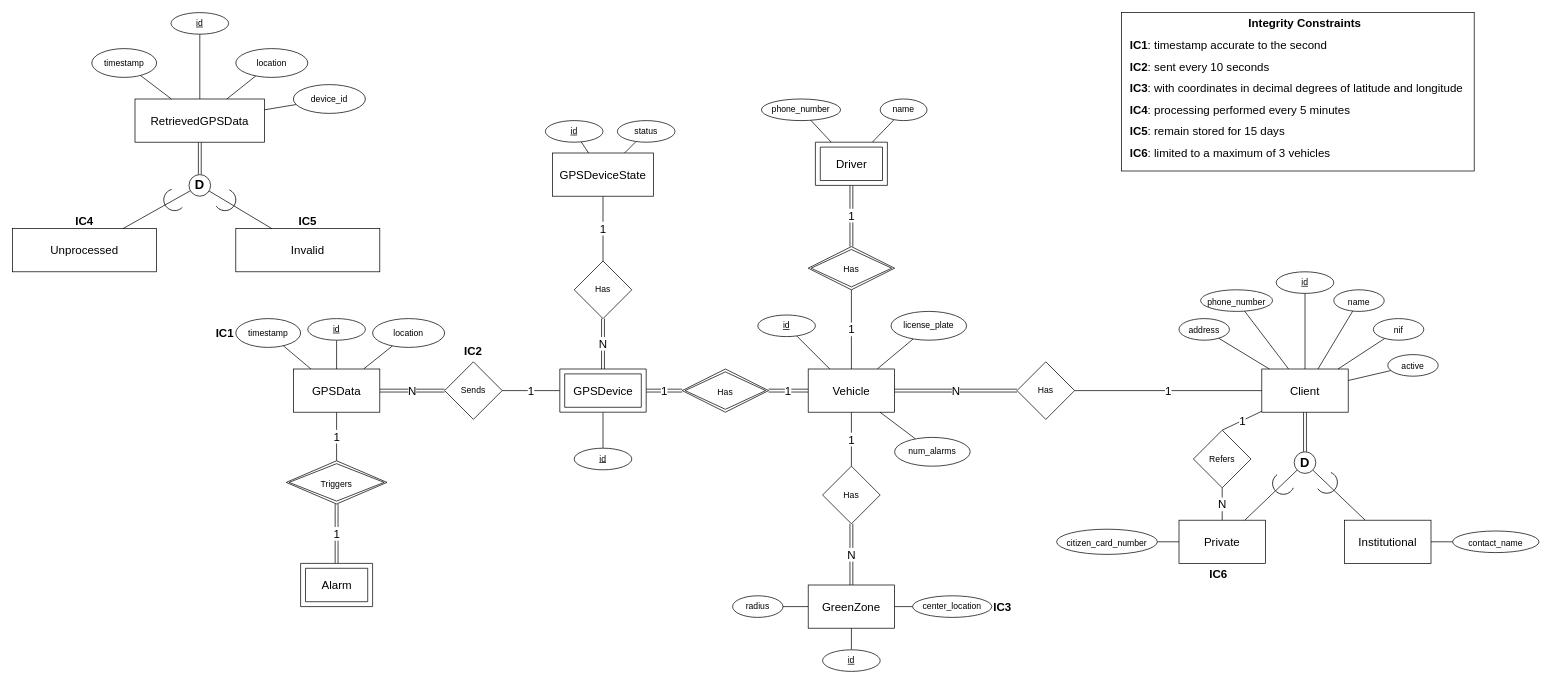
Above: data-model/conceptual-model/conceptual-model.drawio in bodybuilders-team/isel-leic-si-g03 (draw.io), before the change. Source tidied: cells renumbered, new cells numbered last; positions are measured from the earlier drawing's top-left corner, leaving out a move shared by most shapes. Both pictures are drawn from the tidied source at 72%, with x=0, y=0 at pixel (12, 12).
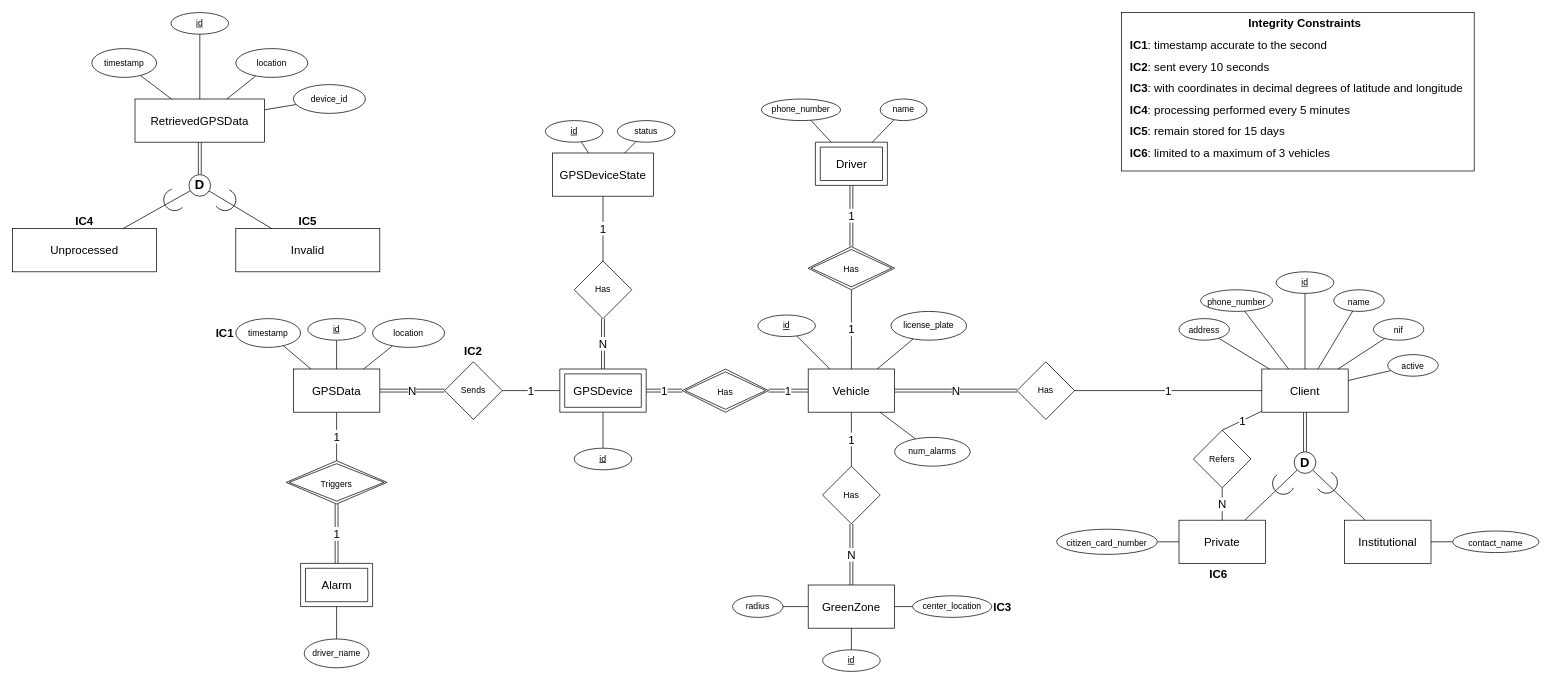
The same diagram, later.

Commit message (it also covers changes not shown here):
relational-model updated. conceptual-model updated. Code formatted.

Diff of the diagram source:
```diff
@@
+    <mxCell id="118" value="driver_name" style="ellipse;whiteSpace=wrap;html=1;rounded=0;" parent="1" vertex="1">
+      <mxGeometry x="405" y="870" width="90" height="40" as="geometry" />
+    </mxCell>
+    <mxCell id="119" style="edgeStyle=none;shape=connector;rounded=0;jettySize=auto;html=1;labelBackgroundColor=default;fontFamily=Helvetica;fontSize=16;fontColor=default;startArrow=none;startFill=0;endArrow=none;endFill=0;strokeColor=default;" parent="1" edge="1" source="118">
+      <mxGeometry relative="1" as="geometry">
+        <mxPoint x="450" y="825" as="targetPoint" />
+      </mxGeometry>
+    </mxCell>
```
